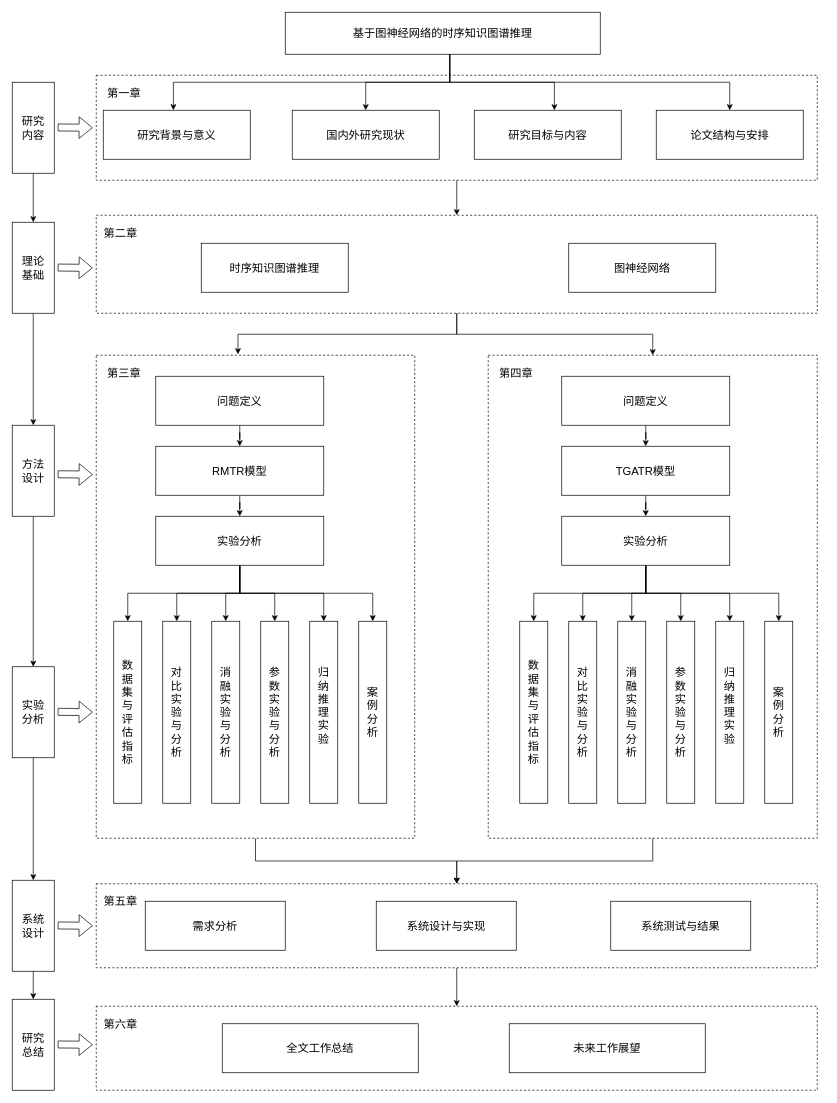
Before: page "第 1 页 的副本" (2 of 2) of 论文结构框架图.drawio in LNqwn/BISHE-GRAPH, a draw.io diagram. Source tidied: cells renumbered, new cells numbered last; positions are measured from the earlier drawing's top-left corner, leaving out a move shared by most shapes. Both pictures are drawn from the tidied source at 70%, with x=0, y=0 at pixel (12, 12).
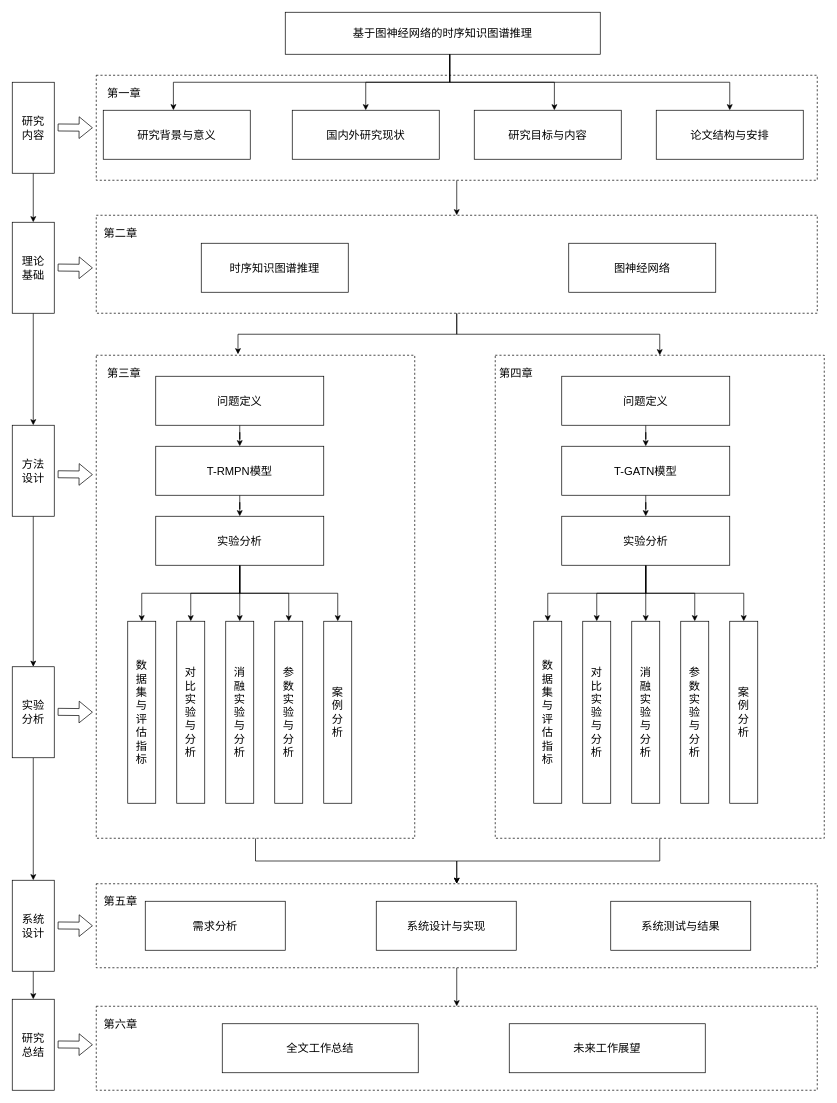
The same page after the edit.

Commit message:
更新论文结构框架图.drawio

The change refers to these unchanged cells:
```xml
<mxCell id="41" value="&lt;span&gt;实验分析&lt;/span&gt;" style="rounded=0;whiteSpace=wrap;html=1;fontSize=16;fontFamily=宋体;" parent="1" vertex="1">
  <mxGeometry x="205" y="720" width="240" height="70" as="geometry" />
</mxCell>
<mxCell id="52" value="&lt;span&gt;&lt;font&gt;实验分析&lt;/font&gt;&lt;/span&gt;" style="rounded=0;whiteSpace=wrap;html=1;fontSize=16;fontFamily=宋体;" parent="1" vertex="1">
  <mxGeometry x="785" y="720" width="240" height="70" as="geometry" />
</mxCell>
```

The edit, as a diff of the source:
```diff
@@
     <mxCell id="3" style="rounded=0;whiteSpace=wrap;html=1;dashed=1;" parent="1" vertex="1">
-      <mxGeometry x="680" y="490" width="470" height="690" as="geometry" />
+      <mxGeometry x="690" y="490" width="470" height="690" as="geometry" />
     </mxCell>
@@
-    <mxCell id="34" value="&lt;span&gt;RMTR模型&lt;/span&gt;" style="rounded=0;whiteSpace=wrap;html=1;fontSize=16;fontFamily=宋体;" parent="1" vertex="1">
+    <mxCell id="34" value="&lt;span&gt;T-RMPN模型&lt;/span&gt;" style="rounded=0;whiteSpace=wrap;html=1;fontSize=16;fontFamily=宋体;" parent="1" vertex="1">
       <mxGeometry x="205" y="620" width="240" height="70" as="geometry" />
     </mxCell>
@@
-    <mxCell id="37" style="edgeStyle=orthogonalEdgeStyle;rounded=0;jettySize=auto;html=1;" parent="1" edge="1" source="41" target="58">
-      <mxGeometry relative="1" as="geometry">
-        <Array as="points">
-          <mxPoint x="325" y="830" />
-          <mxPoint x="515" y="830" />
-        </Array>
-      </mxGeometry>
-    </mxCell>
@@
     <mxCell id="40" style="edgeStyle=orthogonalEdgeStyle;rounded=0;jettySize=auto;html=1;entryX=0.5;entryY=0;entryDx=0;entryDy=0;" parent="1" edge="1" source="41" target="53">
       <mxGeometry relative="1" as="geometry">
         <Array as="points">
           <mxPoint x="325" y="830" />
-          <mxPoint x="165" y="830" />
+          <mxPoint x="185" y="830" />
         </Array>
       </mxGeometry>
     </mxCell>
@@
-    <mxCell id="45" value="&lt;span&gt;TGATR模型&lt;/span&gt;" style="rounded=0;whiteSpace=wrap;html=1;fontSize=16;fontFamily=宋体;" parent="1" vertex="1">
+    <mxCell id="45" value="T-GATN&lt;span&gt;模型&lt;/span&gt;" style="rounded=0;whiteSpace=wrap;html=1;fontSize=16;fontFamily=宋体;" parent="1" vertex="1">
       <mxGeometry x="785" y="620" width="240" height="70" as="geometry" />
     </mxCell>
     <mxCell id="46" style="edgeStyle=orthogonalEdgeStyle;rounded=0;jettySize=auto;html=1;entryX=0.5;entryY=0;entryDx=0;entryDy=0;" parent="1" edge="1" source="52" target="59">
       <mxGeometry relative="1" as="geometry">
         <Array as="points">
           <mxPoint x="905" y="830" />
-          <mxPoint x="745" y="830" />
+          <mxPoint x="765" y="830" />
         </Array>
       </mxGeometry>
     </mxCell>
@@
-    <mxCell id="51" style="edgeStyle=orthogonalEdgeStyle;rounded=0;jettySize=auto;html=1;entryX=0.5;entryY=0;entryDx=0;entryDy=0;" parent="1" edge="1" source="52" target="64">
-      <mxGeometry relative="1" as="geometry">
-        <Array as="points">
-          <mxPoint x="905" y="830" />
-          <mxPoint x="1095" y="830" />
-        </Array>
-      </mxGeometry>
-    </mxCell>
@@
     <mxCell id="53" value="&lt;span&gt;数&lt;/span&gt;&lt;div&gt;&lt;span&gt;据&lt;/span&gt;&lt;/div&gt;&lt;div&gt;&lt;span&gt;集&lt;/span&gt;&lt;/div&gt;&lt;div&gt;&lt;span&gt;与&lt;/span&gt;&lt;/div&gt;&lt;div&gt;&lt;span&gt;评&lt;/span&gt;&lt;/div&gt;&lt;div&gt;&lt;span&gt;估&lt;/span&gt;&lt;/div&gt;&lt;div&gt;&lt;span&gt;指&lt;/span&gt;&lt;/div&gt;&lt;div&gt;&lt;span&gt;标&lt;/span&gt;&lt;/div&gt;" style="rounded=0;whiteSpace=wrap;html=1;fontSize=16;fontFamily=宋体;" parent="1" vertex="1">
-      <mxGeometry x="145" y="870" width="40" height="260" as="geometry" />
+      <mxGeometry x="165" y="870" width="40" height="260" as="geometry" />
     </mxCell>
     <mxCell id="54" value="&lt;span&gt;对&lt;/span&gt;&lt;div&gt;&lt;span&gt;比&lt;/span&gt;&lt;/div&gt;&lt;div&gt;&lt;span&gt;实&lt;/span&gt;&lt;/div&gt;&lt;div&gt;&lt;span&gt;验&lt;/span&gt;&lt;/div&gt;&lt;div&gt;&lt;span&gt;与&lt;/span&gt;&lt;/div&gt;&lt;div&gt;&lt;span&gt;分&lt;/span&gt;&lt;/div&gt;&lt;div&gt;&lt;span&gt;析&lt;/span&gt;&lt;/div&gt;" style="rounded=0;whiteSpace=wrap;html=1;fontSize=16;fontFamily=宋体;" parent="1" vertex="1">
-      <mxGeometry x="215" y="870" width="40" height="260" as="geometry" />
+      <mxGeometry x="235" y="870" width="40" height="260" as="geometry" />
     </mxCell>
     <mxCell id="55" value="&lt;span&gt;消&lt;/span&gt;&lt;div&gt;&lt;span&gt;融&lt;/span&gt;&lt;br&gt;&lt;div&gt;&lt;span&gt;实&lt;/span&gt;&lt;/div&gt;&lt;div&gt;&lt;span&gt;验&lt;/span&gt;&lt;/div&gt;&lt;div&gt;&lt;span&gt;与&lt;/span&gt;&lt;/div&gt;&lt;div&gt;&lt;span&gt;分&lt;/span&gt;&lt;/div&gt;&lt;div&gt;&lt;span&gt;析&lt;/span&gt;&lt;/div&gt;&lt;/div&gt;" style="rounded=0;whiteSpace=wrap;html=1;fontSize=16;fontFamily=宋体;" parent="1" vertex="1">
-      <mxGeometry x="285" y="870" width="40" height="260" as="geometry" />
+      <mxGeometry x="305" y="870" width="40" height="260" as="geometry" />
     </mxCell>
     <mxCell id="56" value="&lt;span&gt;参&lt;/span&gt;&lt;div&gt;&lt;span&gt;数&lt;/span&gt;&lt;/div&gt;&lt;div&gt;&lt;span&gt;实&lt;/span&gt;&lt;/div&gt;&lt;div&gt;&lt;span&gt;验&lt;/span&gt;&lt;/div&gt;&lt;div&gt;&lt;span&gt;与&lt;/span&gt;&lt;/div&gt;&lt;div&gt;&lt;span&gt;分&lt;/span&gt;&lt;/div&gt;&lt;div&gt;&lt;span&gt;析&lt;/span&gt;&lt;/div&gt;" style="rounded=0;whiteSpace=wrap;html=1;fontSize=16;fontFamily=宋体;" parent="1" vertex="1">
-      <mxGeometry x="355" y="870" width="40" height="260" as="geometry" />
+      <mxGeometry x="375" y="870" width="40" height="260" as="geometry" />
     </mxCell>
-    <mxCell id="57" value="&lt;span&gt;归&lt;/span&gt;&lt;div&gt;&lt;span&gt;纳&lt;/span&gt;&lt;/div&gt;&lt;div&gt;&lt;span&gt;推&lt;/span&gt;&lt;/div&gt;&lt;div&gt;&lt;span&gt;理&lt;/span&gt;&lt;/div&gt;&lt;div&gt;&lt;span&gt;实&lt;/span&gt;&lt;/div&gt;&lt;div&gt;&lt;span&gt;验&lt;/span&gt;&lt;br&gt;&lt;div&gt;&lt;br&gt;&lt;/div&gt;&lt;/div&gt;" style="rounded=0;whiteSpace=wrap;html=1;fontSize=16;fontFamily=宋体;" parent="1" vertex="1">
-      <mxGeometry x="425" y="870" width="40" height="260" as="geometry" />
+    <mxCell id="57" value="&lt;div&gt;&lt;div&gt;&lt;div&gt;案&lt;/div&gt;&lt;div&gt;例&lt;/div&gt;&lt;div&gt;分&lt;/div&gt;&lt;div&gt;析&lt;/div&gt;&lt;/div&gt;&lt;/div&gt;" style="rounded=0;whiteSpace=wrap;html=1;fontSize=16;fontFamily=宋体;" parent="1" vertex="1">
+      <mxGeometry x="445" y="870" width="40" height="260" as="geometry" />
     </mxCell>
-    <mxCell id="58" value="&lt;div&gt;&lt;div&gt;&lt;span&gt;案&lt;/span&gt;&lt;/div&gt;&lt;div&gt;&lt;span&gt;例&lt;/span&gt;&lt;/div&gt;&lt;div&gt;&lt;span&gt;分&lt;/span&gt;&lt;/div&gt;&lt;div&gt;&lt;span&gt;析&lt;/span&gt;&lt;/div&gt;&lt;/div&gt;" style="rounded=0;whiteSpace=wrap;html=1;fontSize=16;fontFamily=宋体;" parent="1" vertex="1">
-      <mxGeometry x="495" y="870" width="40" height="260" as="geometry" />
-    </mxCell>
     <mxCell id="59" value="&lt;span&gt;数&lt;/span&gt;&lt;div&gt;&lt;span&gt;据&lt;/span&gt;&lt;/div&gt;&lt;div&gt;&lt;span&gt;集&lt;/span&gt;&lt;/div&gt;&lt;div&gt;&lt;span&gt;与&lt;/span&gt;&lt;/div&gt;&lt;div&gt;&lt;span&gt;评&lt;/span&gt;&lt;/div&gt;&lt;div&gt;&lt;span&gt;估&lt;/span&gt;&lt;/div&gt;&lt;div&gt;&lt;span&gt;指&lt;/span&gt;&lt;/div&gt;&lt;div&gt;&lt;span&gt;标&lt;/span&gt;&lt;/div&gt;" style="rounded=0;whiteSpace=wrap;html=1;fontSize=16;fontFamily=宋体;" parent="1" vertex="1">
-      <mxGeometry x="725" y="870" width="40" height="260" as="geometry" />
+      <mxGeometry x="745" y="870" width="40" height="260" as="geometry" />
     </mxCell>
     <mxCell id="60" value="&lt;span&gt;对&lt;/span&gt;&lt;div&gt;&lt;span&gt;比&lt;/span&gt;&lt;/div&gt;&lt;div&gt;&lt;span&gt;实&lt;/span&gt;&lt;/div&gt;&lt;div&gt;&lt;span&gt;验&lt;/span&gt;&lt;/div&gt;&lt;div&gt;&lt;span&gt;与&lt;/span&gt;&lt;/div&gt;&lt;div&gt;&lt;span&gt;分&lt;/span&gt;&lt;/div&gt;&lt;div&gt;&lt;span&gt;析&lt;/span&gt;&lt;/div&gt;" style="rounded=0;whiteSpace=wrap;html=1;fontSize=16;fontFamily=宋体;" parent="1" vertex="1">
-      <mxGeometry x="795" y="870" width="40" height="260" as="geometry" />
+      <mxGeometry x="815" y="870" width="40" height="260" as="geometry" />
     </mxCell>
     <mxCell id="61" value="&lt;span&gt;消&lt;/span&gt;&lt;div&gt;&lt;span&gt;融&lt;/span&gt;&lt;br&gt;&lt;div&gt;&lt;span&gt;实&lt;/span&gt;&lt;/div&gt;&lt;div&gt;&lt;span&gt;验&lt;/span&gt;&lt;/div&gt;&lt;div&gt;&lt;span&gt;与&lt;/span&gt;&lt;/div&gt;&lt;div&gt;&lt;span&gt;分&lt;/span&gt;&lt;/div&gt;&lt;div&gt;&lt;span&gt;析&lt;/span&gt;&lt;/div&gt;&lt;/div&gt;" style="rounded=0;whiteSpace=wrap;html=1;fontSize=16;fontFamily=宋体;" parent="1" vertex="1">
-      <mxGeometry x="865" y="870" width="40" height="260" as="geometry" />
+      <mxGeometry x="885" y="870" width="40" height="260" as="geometry" />
     </mxCell>
     <mxCell id="62" value="&lt;span&gt;参&lt;/span&gt;&lt;div&gt;&lt;span&gt;数&lt;/span&gt;&lt;/div&gt;&lt;div&gt;&lt;span&gt;实&lt;/span&gt;&lt;/div&gt;&lt;div&gt;&lt;span&gt;验&lt;/span&gt;&lt;/div&gt;&lt;div&gt;&lt;span&gt;与&lt;/span&gt;&lt;/div&gt;&lt;div&gt;&lt;span&gt;分&lt;/span&gt;&lt;/div&gt;&lt;div&gt;&lt;span&gt;析&lt;/span&gt;&lt;/div&gt;" style="rounded=0;whiteSpace=wrap;html=1;fontSize=16;fontFamily=宋体;" parent="1" vertex="1">
-      <mxGeometry x="935" y="870" width="40" height="260" as="geometry" />
+      <mxGeometry x="955" y="870" width="40" height="260" as="geometry" />
     </mxCell>
-    <mxCell id="63" value="&lt;span&gt;归&lt;/span&gt;&lt;div&gt;&lt;span&gt;纳&lt;/span&gt;&lt;/div&gt;&lt;div&gt;&lt;span&gt;推&lt;/span&gt;&lt;/div&gt;&lt;div&gt;&lt;span&gt;理&lt;/span&gt;&lt;/div&gt;&lt;div&gt;&lt;span&gt;实&lt;/span&gt;&lt;/div&gt;&lt;div&gt;&lt;span&gt;验&lt;/span&gt;&lt;br&gt;&lt;div&gt;&lt;br&gt;&lt;/div&gt;&lt;/div&gt;" style="rounded=0;whiteSpace=wrap;html=1;fontSize=16;fontFamily=宋体;" parent="1" vertex="1">
-      <mxGeometry x="1005" y="870" width="40" height="260" as="geometry" />
+    <mxCell id="63" value="&lt;div&gt;&lt;div&gt;&lt;div&gt;案&lt;/div&gt;&lt;div&gt;例&lt;/div&gt;&lt;div&gt;分&lt;/div&gt;&lt;div&gt;析&lt;/div&gt;&lt;/div&gt;&lt;/div&gt;" style="rounded=0;whiteSpace=wrap;html=1;fontSize=16;fontFamily=宋体;" parent="1" vertex="1">
+      <mxGeometry x="1025" y="870" width="40" height="260" as="geometry" />
     </mxCell>
-    <mxCell id="64" value="&lt;div&gt;&lt;div&gt;&lt;span&gt;案&lt;/span&gt;&lt;/div&gt;&lt;div&gt;&lt;span&gt;例&lt;/span&gt;&lt;/div&gt;&lt;div&gt;&lt;span&gt;分&lt;/span&gt;&lt;/div&gt;&lt;div&gt;&lt;span&gt;析&lt;/span&gt;&lt;/div&gt;&lt;/div&gt;" style="rounded=0;whiteSpace=wrap;html=1;fontSize=16;fontFamily=宋体;" parent="1" vertex="1">
-      <mxGeometry x="1075" y="870" width="40" height="260" as="geometry" />
-    </mxCell>
```
